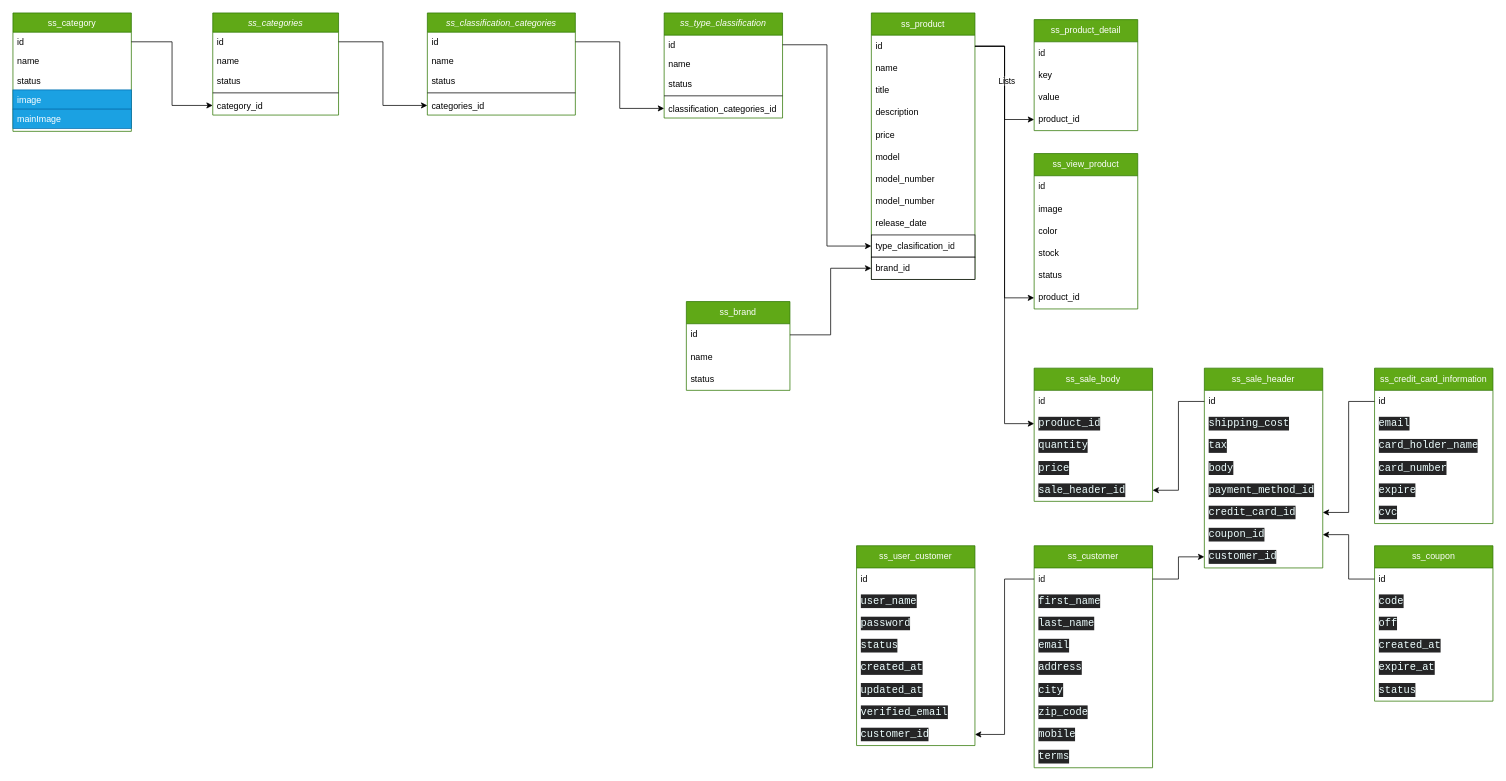
This is diagrama-db.drawio from jsaulhernandez/shopspace-service-springboot, a draw.io file, before an edit. Source tidied: cells renumbered, new cells numbered last; positions are measured from the earlier drawing's top-left corner, leaving out a move shared by most shapes. Both pictures are drawn from the tidied source at 74%, with x=0, y=0 at pixel (13, 13).
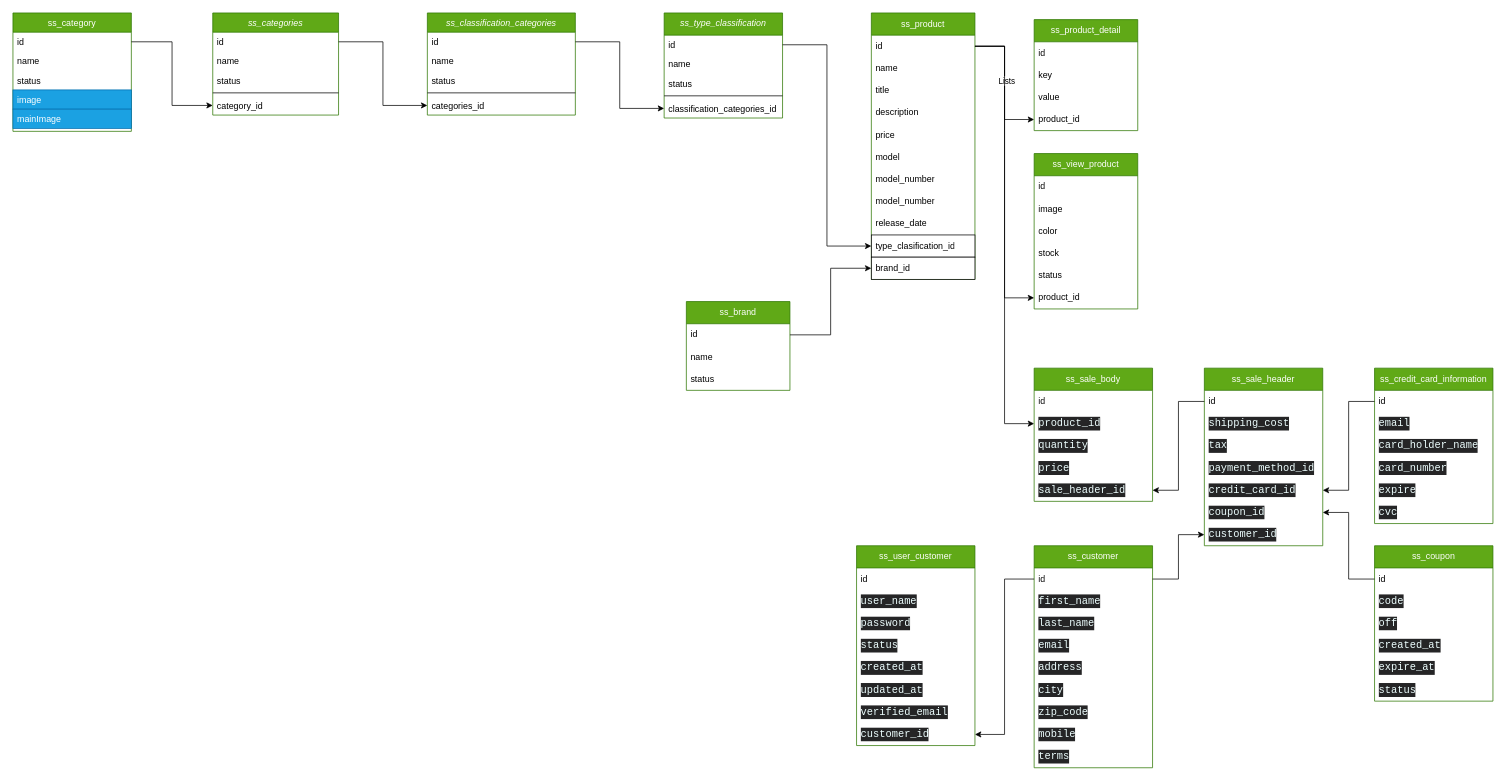
Above is the later version.

Commit message:
tag: updating db diagram

The edit, as a diff of the source:
```diff
@@
     <mxCell id="85" value="ss_sale_header" style="swimlane;fontStyle=0;horizontal=1;startSize=30;whiteSpace=wrap;html=1;fillColor=#60a917;fontColor=#ffffff;strokeColor=#2D7600;" parent="1" vertex="1">
-      <mxGeometry x="1610" y="480" width="160" height="270" as="geometry" />
+      <mxGeometry x="1610" y="480" width="160" height="240" as="geometry" />
     </mxCell>
@@
-    <mxCell id="89" value="&lt;div style=&quot;color: rgb(238, 255, 255); background-color: rgb(37, 37, 38); font-family: Consolas, &amp;quot;Courier New&amp;quot;, monospace; font-size: 14px; line-height: 19px;&quot;&gt;&lt;div style=&quot;line-height: 19px;&quot;&gt;&lt;div style=&quot;line-height: 19px;&quot;&gt;body&lt;/div&gt;&lt;/div&gt;&lt;/div&gt;" style="text;strokeColor=none;fillColor=none;align=left;verticalAlign=middle;spacingLeft=4;spacingRight=4;overflow=hidden;whiteSpace=wrap;html=1;" parent="85" vertex="1">
-      <mxGeometry y="120" width="160" height="30" as="geometry" />
-    </mxCell>
     <mxCell id="90" value="&lt;div style=&quot;color: rgb(238, 255, 255); background-color: rgb(37, 37, 38); font-family: Consolas, &amp;quot;Courier New&amp;quot;, monospace; font-size: 14px; line-height: 19px;&quot;&gt;payment_method_id&lt;/div&gt;" style="text;strokeColor=none;fillColor=none;align=left;verticalAlign=middle;spacingLeft=4;spacingRight=4;overflow=hidden;whiteSpace=wrap;html=1;" parent="85" vertex="1">
-      <mxGeometry y="150" width="160" height="30" as="geometry" />
+      <mxGeometry y="120" width="160" height="30" as="geometry" />
     </mxCell>
     <mxCell id="91" value="&lt;div style=&quot;color: rgb(238, 255, 255); background-color: rgb(37, 37, 38); font-family: Consolas, &amp;quot;Courier New&amp;quot;, monospace; font-size: 14px; line-height: 19px;&quot;&gt;credit_card_id&lt;/div&gt;" style="text;strokeColor=none;fillColor=none;align=left;verticalAlign=middle;spacingLeft=4;spacingRight=4;overflow=hidden;points=[[0,0.5],[1,0.5]];portConstraint=eastwest;whiteSpace=wrap;html=1;" parent="85" vertex="1">
-      <mxGeometry y="180" width="160" height="30" as="geometry" />
+      <mxGeometry y="150" width="160" height="30" as="geometry" />
     </mxCell>
     <mxCell id="92" value="&lt;div style=&quot;color: rgb(238, 255, 255); background-color: rgb(37, 37, 38); font-family: Consolas, &amp;quot;Courier New&amp;quot;, monospace; font-size: 14px; line-height: 19px;&quot;&gt;coupon_id&lt;/div&gt;" style="text;strokeColor=none;fillColor=none;align=left;verticalAlign=middle;spacingLeft=4;spacingRight=4;overflow=hidden;points=[[0,0.5],[1,0.5]];portConstraint=eastwest;whiteSpace=wrap;html=1;" parent="85" vertex="1">
-      <mxGeometry y="210" width="160" height="30" as="geometry" />
+      <mxGeometry y="180" width="160" height="30" as="geometry" />
     </mxCell>
     <mxCell id="93" value="&lt;div style=&quot;color: rgb(238, 255, 255); background-color: rgb(37, 37, 38); font-family: Consolas, &amp;quot;Courier New&amp;quot;, monospace; font-size: 14px; line-height: 19px;&quot;&gt;customer_id&lt;/div&gt;" style="text;strokeColor=none;fillColor=none;align=left;verticalAlign=middle;spacingLeft=4;spacingRight=4;overflow=hidden;points=[[0,0.5],[1,0.5]];portConstraint=eastwest;whiteSpace=wrap;html=1;" parent="85" vertex="1">
-      <mxGeometry y="240" width="160" height="30" as="geometry" />
+      <mxGeometry y="210" width="160" height="30" as="geometry" />
     </mxCell>
```
